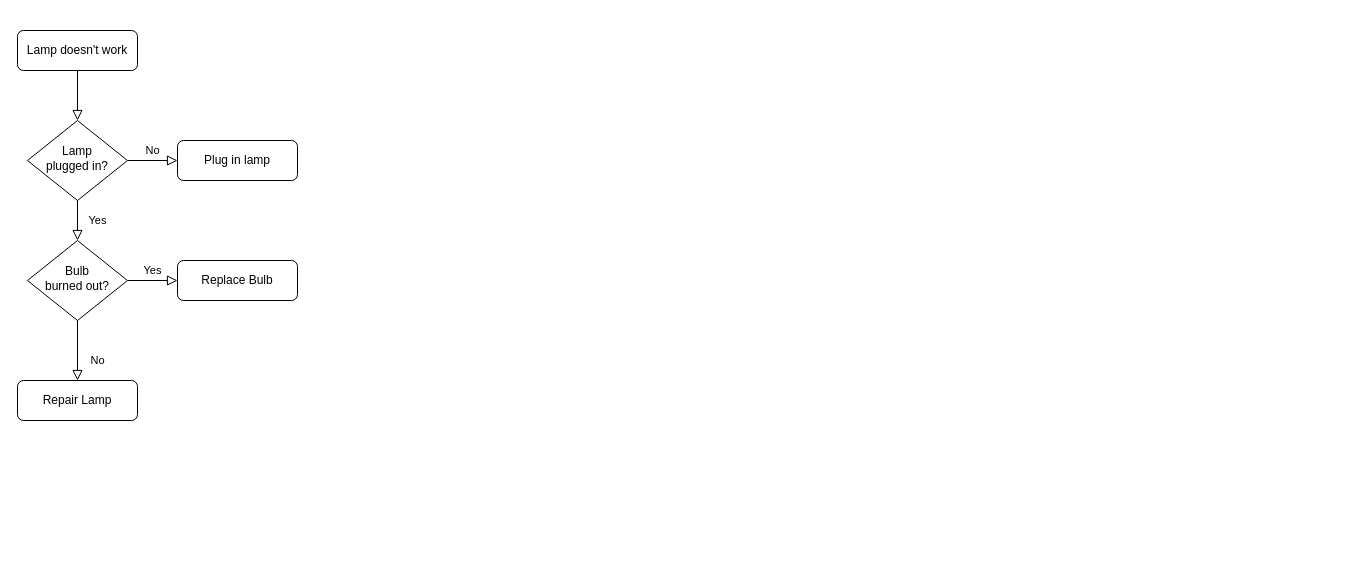
Above: 未命名绘图.drawio in Wanwan0407/WanwanWork (draw.io), before the change. Source tidied: cells renumbered, new cells numbered last; positions are measured from the earlier drawing's top-left corner, leaving out a move shared by most shapes. Both pictures are drawn from the tidied source at 100%, with x=0, y=0 at pixel (17, 30).
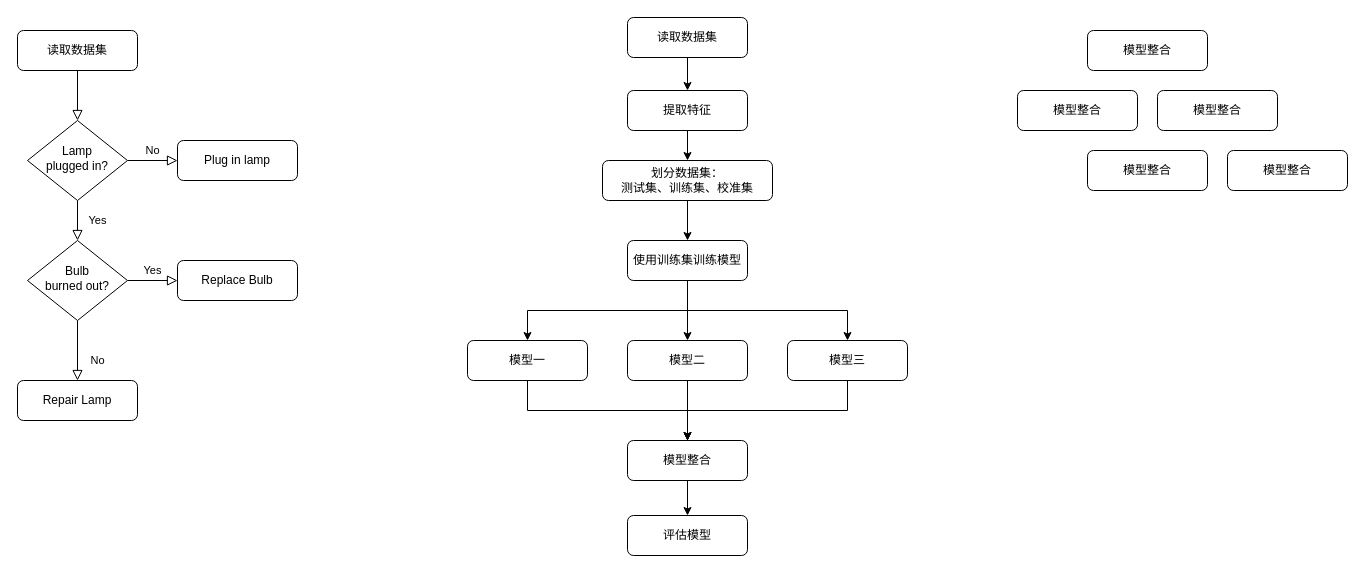
The same page after the edit.

Commit message:
更新未命名绘图.drawio

Diff of the diagram source:
```diff
@@
-    <mxCell id="3" value="Lamp doesn't work" style="rounded=1;whiteSpace=wrap;html=1;fontSize=12;glass=0;strokeWidth=1;shadow=0;" parent="1" vertex="1">
+    <mxCell id="3" value="读取数据集" style="rounded=1;whiteSpace=wrap;html=1;fontSize=12;glass=0;strokeWidth=1;shadow=0;" parent="1" vertex="1">
       <mxGeometry width="120" height="40" as="geometry" />
     </mxCell>
@@
+    <mxCell id="13" style="edgeStyle=orthogonalEdgeStyle;rounded=0;jettySize=auto;html=1;exitX=0.5;exitY=1;exitDx=0;exitDy=0;entryX=0.5;entryY=0;entryDx=0;entryDy=0;" parent="1" edge="1" source="14" target="24">
+      <mxGeometry relative="1" as="geometry" />
+    </mxCell>
+    <mxCell id="14" value="读取数据集" style="rounded=1;whiteSpace=wrap;html=1;fontSize=12;glass=0;strokeWidth=1;shadow=0;" parent="1" vertex="1">
+      <mxGeometry x="610" y="-13" width="120" height="40" as="geometry" />
+    </mxCell>
+    <mxCell id="15" style="edgeStyle=orthogonalEdgeStyle;rounded=0;jettySize=auto;html=1;exitX=0.5;exitY=1;exitDx=0;exitDy=0;entryX=0.5;entryY=0;entryDx=0;entryDy=0;" parent="1" edge="1" source="16" target="28">
+      <mxGeometry relative="1" as="geometry" />
+    </mxCell>
+    <mxCell id="16" value="划分数据集：&lt;div&gt;测试集、训练集、校准集&lt;/div&gt;" style="rounded=1;whiteSpace=wrap;html=1;fontSize=12;glass=0;strokeWidth=1;shadow=0;" parent="1" vertex="1">
+      <mxGeometry x="585" y="130" width="170" height="40" as="geometry" />
+    </mxCell>
+    <mxCell id="17" style="edgeStyle=orthogonalEdgeStyle;rounded=0;jettySize=auto;html=1;exitX=0.5;exitY=1;exitDx=0;exitDy=0;entryX=0.5;entryY=0;entryDx=0;entryDy=0;" parent="1" edge="1" source="18" target="30">
+      <mxGeometry relative="1" as="geometry" />
+    </mxCell>
+    <mxCell id="18" value="模型二" style="rounded=1;whiteSpace=wrap;html=1;fontSize=12;glass=0;strokeWidth=1;shadow=0;" parent="1" vertex="1">
+      <mxGeometry x="610" y="310" width="120" height="40" as="geometry" />
+    </mxCell>
+    <mxCell id="19" style="edgeStyle=orthogonalEdgeStyle;rounded=0;jettySize=auto;html=1;exitX=0.5;exitY=1;exitDx=0;exitDy=0;entryX=0.5;entryY=0;entryDx=0;entryDy=0;" parent="1" edge="1" source="20" target="30">
+      <mxGeometry relative="1" as="geometry" />
+    </mxCell>
+    <mxCell id="20" value="模型一" style="rounded=1;whiteSpace=wrap;html=1;fontSize=12;glass=0;strokeWidth=1;shadow=0;" parent="1" vertex="1">
+      <mxGeometry x="450" y="310" width="120" height="40" as="geometry" />
+    </mxCell>
+    <mxCell id="21" style="edgeStyle=orthogonalEdgeStyle;rounded=0;jettySize=auto;html=1;exitX=0.5;exitY=1;exitDx=0;exitDy=0;entryX=0.5;entryY=0;entryDx=0;entryDy=0;" parent="1" edge="1" source="22" target="30">
+      <mxGeometry relative="1" as="geometry" />
+    </mxCell>
+    <mxCell id="22" value="模型三" style="rounded=1;whiteSpace=wrap;html=1;fontSize=12;glass=0;strokeWidth=1;shadow=0;" parent="1" vertex="1">
+      <mxGeometry x="770" y="310" width="120" height="40" as="geometry" />
+    </mxCell>
+    <mxCell id="23" style="edgeStyle=orthogonalEdgeStyle;rounded=0;jettySize=auto;html=1;exitX=0.5;exitY=1;exitDx=0;exitDy=0;entryX=0.5;entryY=0;entryDx=0;entryDy=0;" parent="1" edge="1" source="24" target="16">
+      <mxGeometry relative="1" as="geometry" />
+    </mxCell>
+    <mxCell id="24" value="提取特征" style="rounded=1;whiteSpace=wrap;html=1;fontSize=12;glass=0;strokeWidth=1;shadow=0;" parent="1" vertex="1">
+      <mxGeometry x="610" y="60" width="120" height="40" as="geometry" />
+    </mxCell>
+    <mxCell id="25" style="edgeStyle=orthogonalEdgeStyle;rounded=0;jettySize=auto;html=1;exitX=0.5;exitY=1;exitDx=0;exitDy=0;entryX=0.5;entryY=0;entryDx=0;entryDy=0;" parent="1" edge="1" source="28" target="18">
+      <mxGeometry relative="1" as="geometry" />
+    </mxCell>
+    <mxCell id="26" style="edgeStyle=orthogonalEdgeStyle;rounded=0;jettySize=auto;html=1;exitX=0.5;exitY=1;exitDx=0;exitDy=0;" parent="1" edge="1" source="28" target="20">
+      <mxGeometry relative="1" as="geometry" />
+    </mxCell>
+    <mxCell id="27" style="edgeStyle=orthogonalEdgeStyle;rounded=0;jettySize=auto;html=1;exitX=0.5;exitY=1;exitDx=0;exitDy=0;" parent="1" edge="1" source="28" target="22">
+      <mxGeometry relative="1" as="geometry" />
+    </mxCell>
+    <mxCell id="28" value="使用训练集训练模型" style="rounded=1;whiteSpace=wrap;html=1;fontSize=12;glass=0;strokeWidth=1;shadow=0;" parent="1" vertex="1">
+      <mxGeometry x="610" y="210" width="120" height="40" as="geometry" />
+    </mxCell>
+    <mxCell id="29" style="edgeStyle=orthogonalEdgeStyle;rounded=0;jettySize=auto;html=1;exitX=0.5;exitY=1;exitDx=0;exitDy=0;entryX=0.5;entryY=0;entryDx=0;entryDy=0;" parent="1" edge="1" source="30" target="33">
+      <mxGeometry relative="1" as="geometry" />
+    </mxCell>
+    <mxCell id="30" value="模型整合" style="rounded=1;whiteSpace=wrap;html=1;fontSize=12;glass=0;strokeWidth=1;shadow=0;" parent="1" vertex="1">
+      <mxGeometry x="610" y="410" width="120" height="40" as="geometry" />
+    </mxCell>
+    <mxCell id="31" value="模型整合" style="rounded=1;whiteSpace=wrap;html=1;fontSize=12;glass=0;strokeWidth=1;shadow=0;" parent="1" vertex="1">
+      <mxGeometry x="1140" y="60" width="120" height="40" as="geometry" />
+    </mxCell>
+    <mxCell id="32" value="模型整合" style="rounded=1;whiteSpace=wrap;html=1;fontSize=12;glass=0;strokeWidth=1;shadow=0;" parent="1" vertex="1">
+      <mxGeometry x="1000" y="60" width="120" height="40" as="geometry" />
+    </mxCell>
+    <mxCell id="33" value="评估模型" style="rounded=1;whiteSpace=wrap;html=1;fontSize=12;glass=0;strokeWidth=1;shadow=0;" parent="1" vertex="1">
+      <mxGeometry x="610" y="485" width="120" height="40" as="geometry" />
+    </mxCell>
+    <mxCell id="34" value="模型整合" style="rounded=1;whiteSpace=wrap;html=1;fontSize=12;glass=0;strokeWidth=1;shadow=0;" parent="1" vertex="1">
+      <mxGeometry x="1210" y="120" width="120" height="40" as="geometry" />
+    </mxCell>
+    <mxCell id="35" value="模型整合" style="rounded=1;whiteSpace=wrap;html=1;fontSize=12;glass=0;strokeWidth=1;shadow=0;" parent="1" vertex="1">
+      <mxGeometry x="1070" y="120" width="120" height="40" as="geometry" />
+    </mxCell>
+    <mxCell id="36" value="模型整合" style="rounded=1;whiteSpace=wrap;html=1;fontSize=12;glass=0;strokeWidth=1;shadow=0;" parent="1" vertex="1">
+      <mxGeometry x="1070" width="120" height="40" as="geometry" />
+    </mxCell>
```
